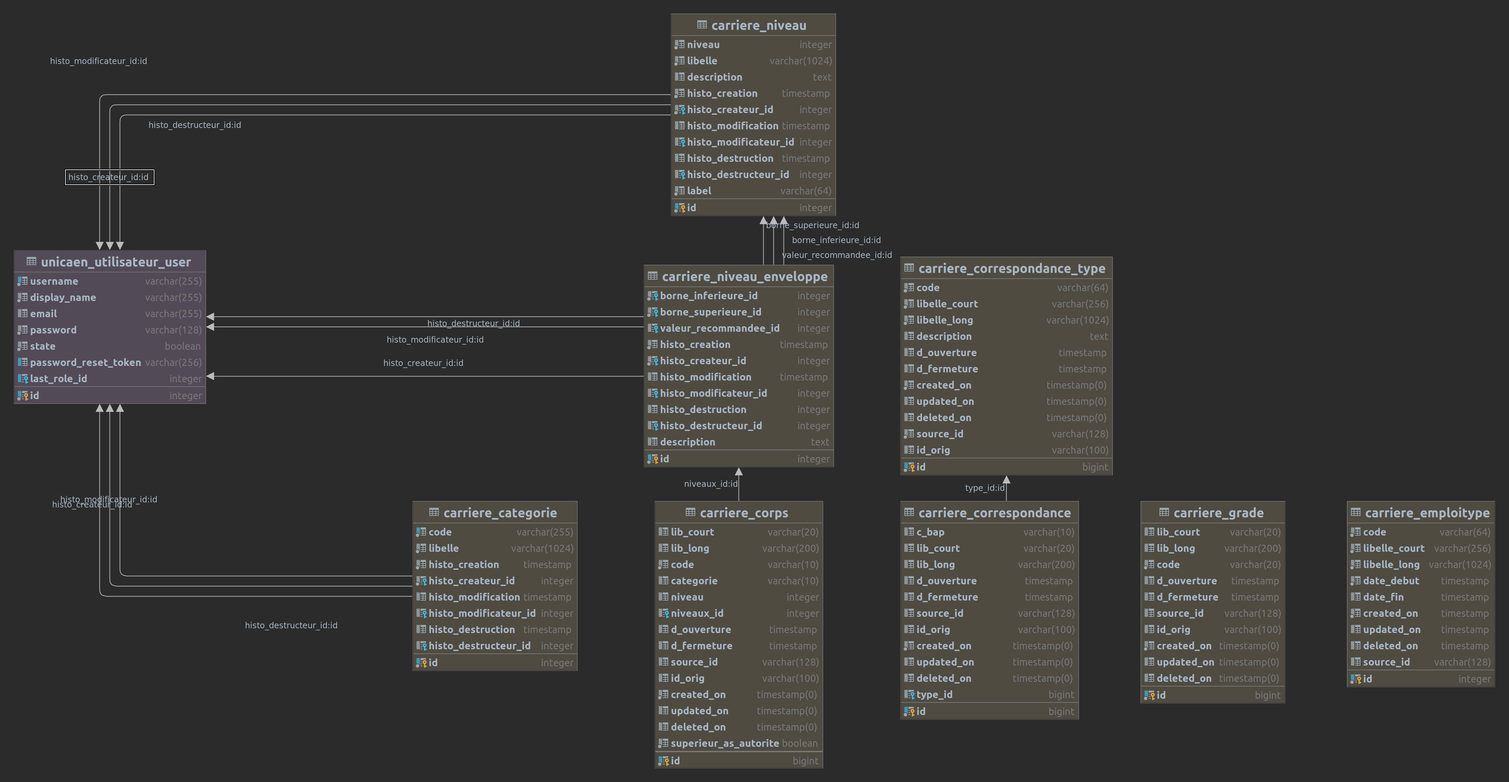
Before: documentation/SQL/002_CARRIERE.png, a diagram exported from Graphviz (EsupPortail/esup-emc2). Its source is kept beside it as documentation/SQL/002_CARRIERE.dot.
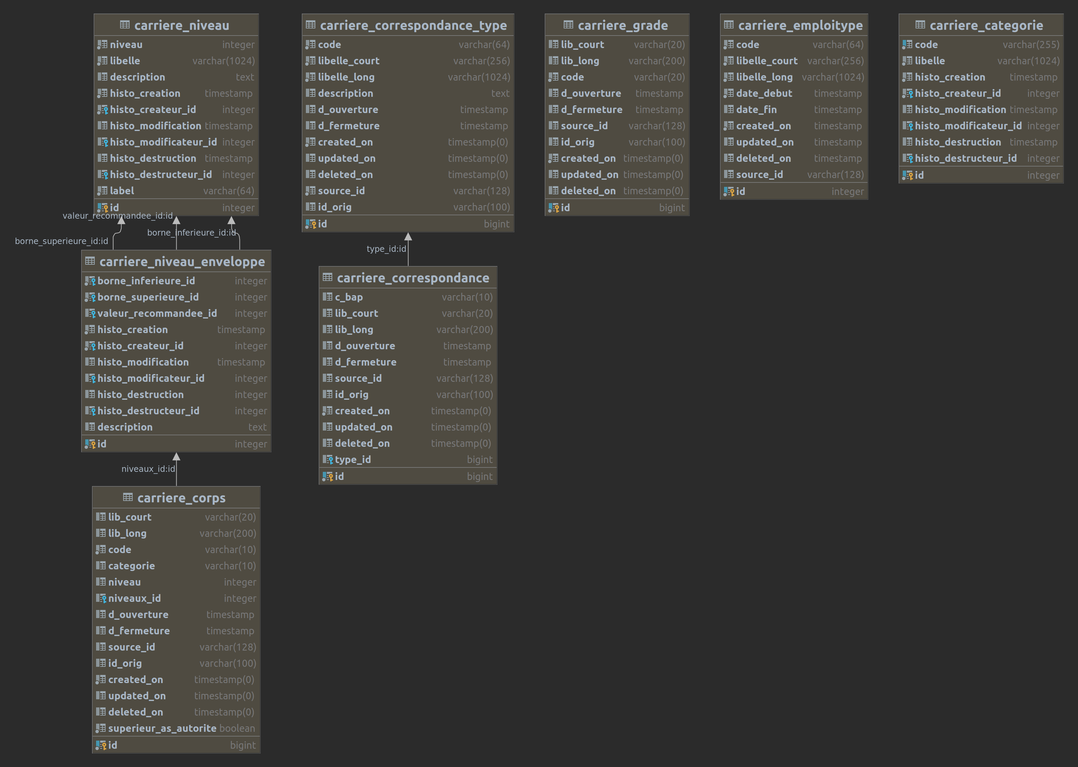
The same diagram one commit later.

Diff of the diagram source:
```diff
@@ -14,21 +14,11 @@
 carriere_grade               [shape = record, label = "{ carriere_grade |  lib_court : varchar(20)\l  lib_long : varchar(200)\l  code : varchar(20)\l  d_ouverture : timestamp\l  d_fermeture : timestamp\l  source_id : varchar(128)\l  id_orig : varchar(100)\l  created_on : timestamp(0)\l  updated_on : timestamp(0)\l  deleted_on : timestamp(0)\l| id : bigint\l }"];
 carriere_niveau              [shape = record, label = "{ carriere_niveau |  niveau : integer\l  libelle : varchar(1024)\l  description : text\l  histo_creation : timestamp\l  histo_createur_id : integer\l  histo_modification : timestamp\l  histo_modificateur_id : integer\l  histo_destruction : timestamp\l  histo_destructeur_id : integer\l  label : varchar(64)\l| id : integer\l }"];
 carriere_niveau_enveloppe    [shape = record, label = "{ carriere_niveau_enveloppe |  borne_inferieure_id : integer\l  borne_superieure_id : integer\l  valeur_recommandee_id : integer\l  histo_creation : timestamp\l  histo_createur_id : integer\l  histo_modification : timestamp\l  histo_modificateur_id : integer\l  histo_destruction : integer\l  histo_destructeur_id : integer\l  description : text\l| id : integer\l }"];
-unicaen_utilisateur_user     [shape = record, label = "{ unicaen_utilisateur_user |  username : varchar(255)\l  display_name : varchar(255)\l  email : varchar(255)\l  password : varchar(128)\l  state : boolean\l  password_reset_token : varchar(256)\l  last_role_id : integer\l| id : integer\l }"];
 
-carriere_categorie           -> unicaen_utilisateur_user     [color = "#595959", style = solid , arrowtail = none    , arrowhead = normal  , taillabel = "", label = "histo_destructeur_id:id", headlabel = ""];
-carriere_categorie           -> unicaen_utilisateur_user     [color = "#595959", style = solid , arrowtail = none    , arrowhead = normal  , taillabel = "", label = "histo_modificateur_id:id", headlabel = ""];
-carriere_categorie           -> unicaen_utilisateur_user     [color = "#595959", style = solid , arrowtail = none    , arrowhead = normal  , taillabel = "", label = "histo_createur_id:id", headlabel = ""];
 carriere_corps               -> carriere_niveau_enveloppe    [color = "#595959", style = solid , arrowtail = none    , arrowhead = normal  , taillabel = "", label = "niveaux_id:id", headlabel = ""];
 carriere_correspondance      -> carriere_correspondance_type [color = "#595959", style = solid , arrowtail = none    , arrowhead = normal  , taillabel = "", label = "type_id:id", headlabel = ""];
-carriere_niveau              -> unicaen_utilisateur_user     [color = "#595959", style = solid , arrowtail = none    , arrowhead = normal  , taillabel = "", label = "histo_createur_id:id", headlabel = ""];
-carriere_niveau              -> unicaen_utilisateur_user     [color = "#595959", style = solid , arrowtail = none    , arrowhead = normal  , taillabel = "", label = "histo_destructeur_id:id", headlabel = ""];
-carriere_niveau              -> unicaen_utilisateur_user     [color = "#595959", style = solid , arrowtail = none    , arrowhead = normal  , taillabel = "", label = "histo_modificateur_id:id", headlabel = ""];
+carriere_niveau_enveloppe    -> carriere_niveau              [color = "#595959", style = solid , arrowtail = none    , arrowhead = normal  , taillabel = "", label = "borne_superieure_id:id", headlabel = ""];
 carriere_niveau_enveloppe    -> carriere_niveau              [color = "#595959", style = solid , arrowtail = none    , arrowhead = normal  , taillabel = "", label = "valeur_recommandee_id:id", headlabel = ""];
-carriere_niveau_enveloppe    -> carriere_niveau              [color = "#595959", style = solid , arrowtail = none    , arrowhead = normal  , taillabel = "", label = "borne_superieure_id:id", headlabel = ""];
 carriere_niveau_enveloppe    -> carriere_niveau              [color = "#595959", style = solid , arrowtail = none    , arrowhead = normal  , taillabel = "", label = "borne_inferieure_id:id", headlabel = ""];
-carriere_niveau_enveloppe    -> unicaen_utilisateur_user     [color = "#595959", style = solid , arrowtail = none    , arrowhead = normal  , taillabel = "", label = "histo_createur_id:id", headlabel = ""];
-carriere_niveau_enveloppe    -> unicaen_utilisateur_user     [color = "#595959", style = solid , arrowtail = none    , arrowhead = normal  , taillabel = "", label = "histo_modificateur_id:id", headlabel = ""];
-carriere_niveau_enveloppe    -> unicaen_utilisateur_user     [color = "#595959", style = solid , arrowtail = none    , arrowhead = normal  , taillabel = "", label = "histo_destructeur_id:id", headlabel = ""];
 
 }
```
